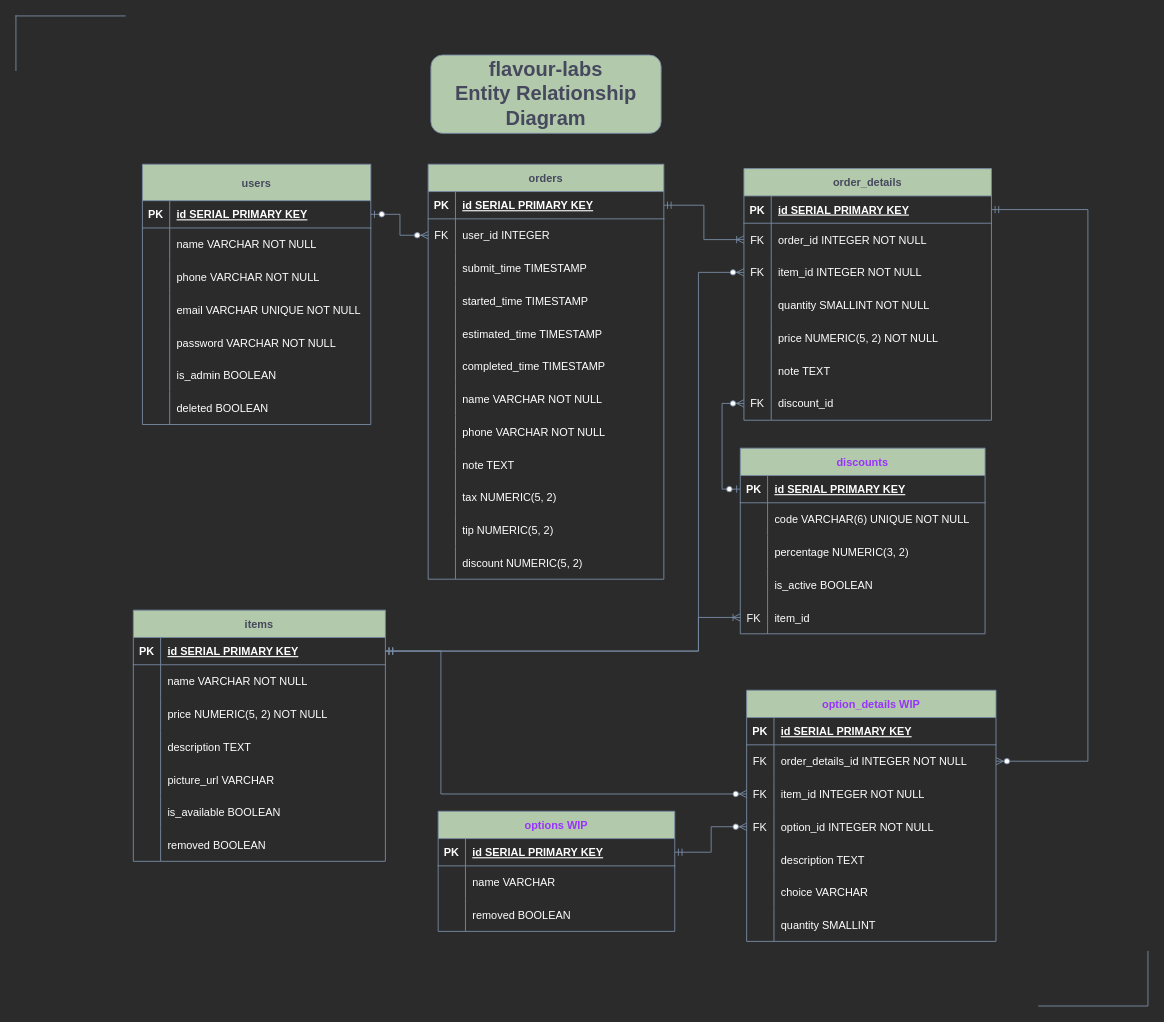
sachieko/flavour-lab keeps this draw.io diagram as flavourLabsERD.drawio. Above is the earlier version. Source tidied: cells renumbered, new cells numbered last; positions are measured from the earlier drawing's top-left corner, leaving out a move shared by most shapes. Both pictures are drawn from the tidied source at 91%, with x=0, y=0 at pixel (15, 15).
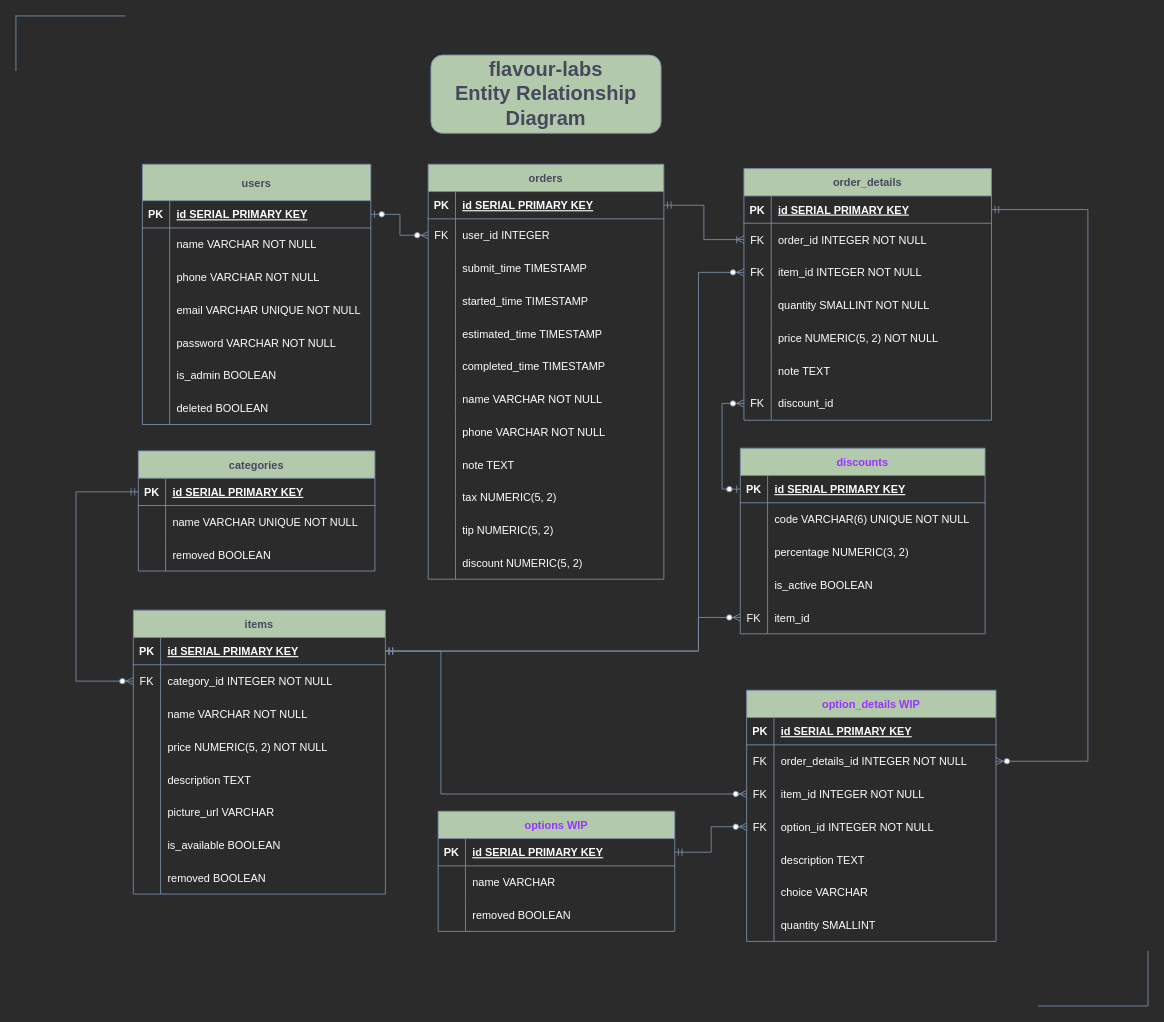
Above is the later version.

The change refers to these unchanged cells:
```xml
<mxCell id="40" style="shape=tableRow;horizontal=0;startSize=0;swimlaneHead=0;swimlaneBody=0;fillColor=none;points=[[0,0.5],[1,0.5]];portConstraint=eastwest;top=0;left=0;right=0;bottom=1;strokeColor=#788AA3;fontColor=#46495D;" parent="39" vertex="1">
  <mxGeometry y="30" width="277" height="30" as="geometry" />
</mxCell>
<mxCell id="159" style="shape=tableRow;horizontal=0;startSize=0;swimlaneHead=0;swimlaneBody=0;fillColor=none;points=[[0,0.5],[1,0.5]];portConstraint=eastwest;top=0;left=0;right=0;bottom=0;strokeColor=#788AA3;fontColor=#46495D;" parent="146" vertex="1">
  <mxGeometry y="168" width="269" height="36" as="geometry" />
</mxCell>
```

Diff of the diagram source:
```diff
@@
     <mxCell id="39" value="items" style="shape=table;startSize=30;childLayout=tableLayout;rowLines=0;fontStyle=1;align=center;fillColor=#B2C9AB;strokeColor=#788AA3;fontColor=#46495D;" parent="1" vertex="1">
-      <mxGeometry x="129" y="653" width="277" height="276" as="geometry" />
+      <mxGeometry x="129" y="653" width="277" height="312" as="geometry" />
     </mxCell>
@@
+    <mxCell id="164" style="shape=tableRow;horizontal=0;startSize=0;swimlaneHead=0;swimlaneBody=0;fillColor=none;points=[[0,0.5],[1,0.5]];portConstraint=eastwest;top=0;left=0;right=0;bottom=0;strokeColor=#788AA3;fontColor=#46495D;" parent="39" vertex="1">
+      <mxGeometry y="60" width="277" height="36" as="geometry" />
+    </mxCell>
+    <mxCell id="165" value="FK" style="shape=partialRectangle;fillColor=none;top=0;left=0;bottom=0;right=0;overflow=hidden;strokeColor=#788AA3;fontColor=#FFFFFF;" parent="164" vertex="1">
+      <mxGeometry width="30" height="36" as="geometry" />
+    </mxCell>
+    <mxCell id="166" value="category_id INTEGER NOT NULL" style="shape=partialRectangle;fillColor=none;top=0;left=0;bottom=0;right=0;align=left;spacingLeft=6;overflow=hidden;strokeColor=#788AA3;fontColor=#FFFFFF;" parent="164" vertex="1">
+      <mxGeometry x="30" width="247" height="36" as="geometry" />
+    </mxCell>
     <mxCell id="43" style="shape=tableRow;horizontal=0;startSize=0;swimlaneHead=0;swimlaneBody=0;fillColor=none;top=0;left=0;right=0;bottom=0;strokeColor=#788AA3;fontColor=#46495D;" parent="39" vertex="1">
-      <mxGeometry y="60" width="277" height="36" as="geometry" />
+      <mxGeometry y="96" width="277" height="36" as="geometry" />
     </mxCell>
@@
     <mxCell id="46" style="shape=tableRow;horizontal=0;startSize=0;swimlaneHead=0;swimlaneBody=0;fillColor=none;top=0;left=0;right=0;bottom=0;strokeColor=#788AA3;fontColor=#46495D;" parent="39" vertex="1">
-      <mxGeometry y="96" width="277" height="36" as="geometry" />
+      <mxGeometry y="132" width="277" height="36" as="geometry" />
     </mxCell>
@@
     <mxCell id="49" style="shape=tableRow;horizontal=0;startSize=0;swimlaneHead=0;swimlaneBody=0;fillColor=none;top=0;left=0;right=0;bottom=0;strokeColor=#788AA3;fontColor=#46495D;" parent="39" vertex="1">
-      <mxGeometry y="132" width="277" height="36" as="geometry" />
+      <mxGeometry y="168" width="277" height="36" as="geometry" />
     </mxCell>
@@
     <mxCell id="52" style="shape=tableRow;horizontal=0;startSize=0;swimlaneHead=0;swimlaneBody=0;fillColor=none;top=0;left=0;right=0;bottom=0;strokeColor=#788AA3;fontColor=#46495D;" parent="39" vertex="1">
-      <mxGeometry y="168" width="277" height="36" as="geometry" />
+      <mxGeometry y="204" width="277" height="36" as="geometry" />
     </mxCell>
@@
     <mxCell id="55" style="shape=tableRow;horizontal=0;startSize=0;swimlaneHead=0;swimlaneBody=0;fillColor=none;top=0;left=0;right=0;bottom=0;strokeColor=#788AA3;fontColor=#46495D;" parent="39" vertex="1">
-      <mxGeometry y="204" width="277" height="36" as="geometry" />
+      <mxGeometry y="240" width="277" height="36" as="geometry" />
     </mxCell>
@@
     <mxCell id="58" style="shape=tableRow;horizontal=0;startSize=0;swimlaneHead=0;swimlaneBody=0;fillColor=none;top=0;left=0;right=0;bottom=0;strokeColor=#788AA3;fontColor=#46495D;" parent="39" vertex="1">
-      <mxGeometry y="240" width="277" height="36" as="geometry" />
+      <mxGeometry y="276" width="277" height="36" as="geometry" />
     </mxCell>
@@
+    <mxCell id="167" value="categories" style="shape=table;startSize=30;childLayout=tableLayout;rowLines=0;fontStyle=1;align=center;fillColor=#B2C9AB;strokeColor=#788AA3;fontColor=#46495D;" parent="1" vertex="1">
+      <mxGeometry x="134.5" y="478" width="260" height="132" as="geometry" />
+    </mxCell>
+    <mxCell id="168" style="shape=tableRow;horizontal=0;startSize=0;swimlaneHead=0;swimlaneBody=0;fillColor=none;points=[[0,0.5],[1,0.5]];portConstraint=eastwest;top=0;left=0;right=0;bottom=1;strokeColor=#788AA3;fontColor=#46495D;" parent="167" vertex="1">
+      <mxGeometry y="30" width="260" height="30" as="geometry" />
+    </mxCell>
+    <mxCell id="169" value="PK" style="shape=partialRectangle;fillColor=none;top=0;left=0;bottom=0;right=0;fontStyle=1;overflow=hidden;strokeColor=#788AA3;fontColor=#FFFFFF;" parent="168" vertex="1">
+      <mxGeometry width="30" height="30" as="geometry" />
+    </mxCell>
+    <mxCell id="170" value="id SERIAL PRIMARY KEY" style="shape=partialRectangle;fillColor=none;top=0;left=0;bottom=0;right=0;align=left;spacingLeft=6;fontStyle=5;overflow=hidden;strokeColor=#788AA3;fontColor=#FFFFFF;" parent="168" vertex="1">
+      <mxGeometry x="30" width="230" height="30" as="geometry" />
+    </mxCell>
+    <mxCell id="171" style="shape=tableRow;horizontal=0;startSize=0;swimlaneHead=0;swimlaneBody=0;fillColor=none;top=0;left=0;right=0;bottom=0;strokeColor=#788AA3;fontColor=#46495D;" parent="167" vertex="1">
+      <mxGeometry y="60" width="260" height="36" as="geometry" />
+    </mxCell>
+    <mxCell id="172" style="shape=partialRectangle;fillColor=none;top=0;left=0;bottom=0;right=0;overflow=hidden;strokeColor=#788AA3;fontColor=#FFFFFF;" parent="171" vertex="1">
+      <mxGeometry width="30" height="36" as="geometry" />
+    </mxCell>
+    <mxCell id="173" value="name VARCHAR UNIQUE NOT NULL" style="shape=partialRectangle;fillColor=none;top=0;left=0;bottom=0;right=0;align=left;spacingLeft=6;overflow=hidden;strokeColor=#788AA3;fontColor=#FFFFFF;" parent="171" vertex="1">
+      <mxGeometry x="30" width="230" height="36" as="geometry" />
+    </mxCell>
+    <mxCell id="174" style="shape=tableRow;horizontal=0;startSize=0;swimlaneHead=0;swimlaneBody=0;fillColor=none;top=0;left=0;right=0;bottom=0;strokeColor=#788AA3;fontColor=#46495D;" parent="167" vertex="1">
+      <mxGeometry y="96" width="260" height="36" as="geometry" />
+    </mxCell>
+    <mxCell id="175" style="shape=partialRectangle;fillColor=none;top=0;left=0;bottom=0;right=0;overflow=hidden;strokeColor=#788AA3;fontColor=#FFFFFF;" parent="174" vertex="1">
+      <mxGeometry width="30" height="36" as="geometry" />
+    </mxCell>
+    <mxCell id="176" value="removed BOOLEAN" style="shape=partialRectangle;fillColor=none;top=0;left=0;bottom=0;right=0;align=left;spacingLeft=6;overflow=hidden;strokeColor=#788AA3;fontColor=#FFFFFF;" parent="174" vertex="1">
+      <mxGeometry x="30" width="230" height="36" as="geometry" />
+    </mxCell>
-    <mxCell id="163" style="edgeStyle=elbowEdgeStyle;fontSize=12;html=1;endArrow=ERoneToMany;startArrow=ERmandOne;rounded=0;labelBackgroundColor=none;strokeColor=#788AA3;strokeWidth=1;jumpSize=7;exitX=1;exitY=0.5;exitDx=0;exitDy=0;entryX=0;entryY=0.5;entryDx=0;entryDy=0;" parent="1" edge="1" source="40" target="159">
+    <mxCell id="163" style="edgeStyle=elbowEdgeStyle;fontSize=12;html=1;endArrow=ERzeroToMany;startArrow=ERmandOne;rounded=0;labelBackgroundColor=none;strokeColor=#788AA3;strokeWidth=1;jumpSize=7;exitX=1;exitY=0.5;exitDx=0;exitDy=0;entryX=0;entryY=0.5;entryDx=0;entryDy=0;" parent="1" edge="1" source="40" target="159">
       <mxGeometry relative="1" as="geometry">
         <Array as="points">
-          <mxPoint x="750" y="683" />
+          <mxPoint x="750" y="689" />
         </Array>
       </mxGeometry>
     </mxCell>
+    <mxCell id="177" style="edgeStyle=elbowEdgeStyle;fontSize=12;html=1;endArrow=ERzeroToMany;startArrow=ERmandOne;rounded=0;labelBackgroundColor=none;strokeColor=#788AA3;strokeWidth=1;jumpSize=7;exitX=0;exitY=0.5;exitDx=0;exitDy=0;entryX=0;entryY=0.5;entryDx=0;entryDy=0;" parent="1" edge="1" source="168" target="164">
+      <mxGeometry relative="1" as="geometry">
+        <Array as="points">
+          <mxPoint x="66" y="683" />
+        </Array>
+      </mxGeometry>
+    </mxCell>
```
